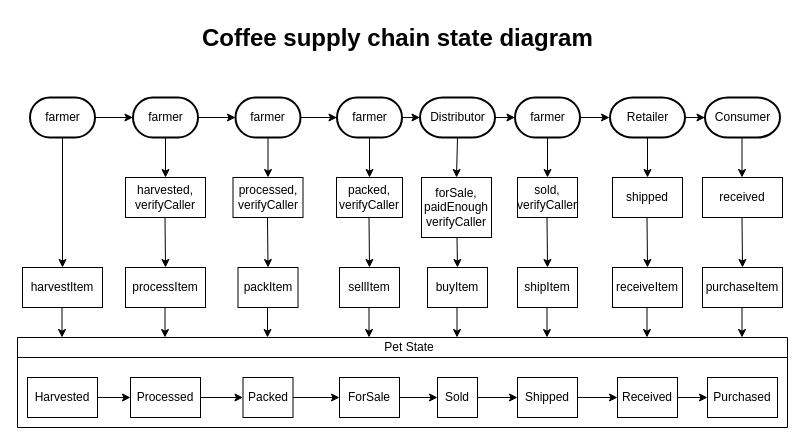
Above: supply-chain-dapp/UML/State.drawio in jawang94/solidity-supply-chain (draw.io), before the change. Source tidied: cells renumbered, new cells numbered last; positions are measured from the earlier drawing's top-left corner, leaving out a move shared by most shapes. Both pictures are drawn from the tidied source at 100%, with x=0, y=0 at pixel (17, 17).
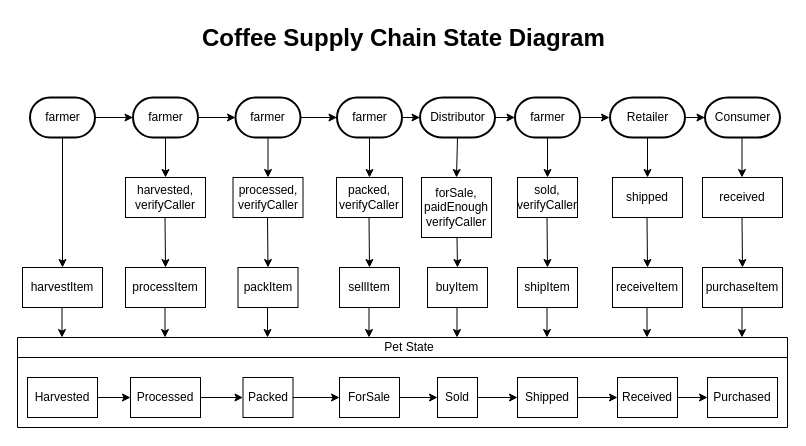
The same page after the edit.

The edit, as a diff of the source:
```diff
@@
-    <mxCell id="2" value="&lt;span style=&quot;font-family: &amp;#34;helvetica&amp;#34; ; font-size: 24px ; font-style: normal ; font-weight: 700 ; letter-spacing: normal ; text-align: center ; text-indent: 0px ; text-transform: none ; word-spacing: 0px ; float: none ; display: inline&quot;&gt;Coffee supply chain state diagram&lt;/span&gt;" style="text;whiteSpace=wrap;html=1;" parent="1" vertex="1">
-      <mxGeometry x="183" width="401" height="30" as="geometry" />
+    <mxCell id="2" value="&lt;span style=&quot;font-family: &amp;#34;helvetica&amp;#34; ; font-size: 24px ; font-style: normal ; font-weight: 700 ; letter-spacing: normal ; text-align: center ; text-indent: 0px ; text-transform: none ; word-spacing: 0px ; float: none ; display: inline&quot;&gt;Coffee Supply Chain State Diagram&lt;/span&gt;" style="text;whiteSpace=wrap;html=1;" parent="1" vertex="1">
+      <mxGeometry x="183" width="449" height="30" as="geometry" />
     </mxCell>
```
